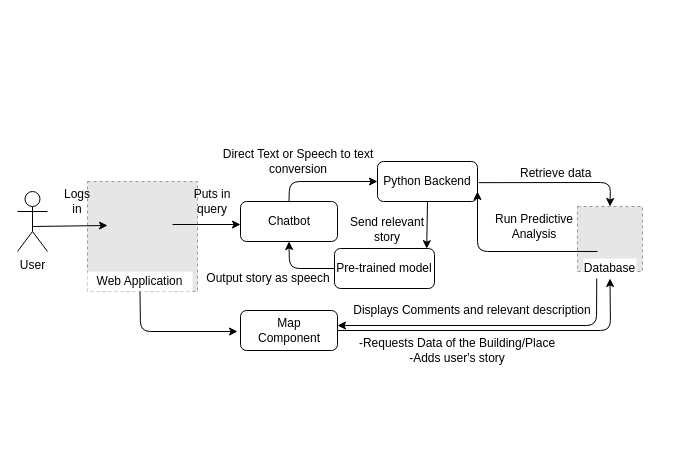
Above: System Diagram.drawio in gulzar-hussain/Dastaan (draw.io), before the change. Source tidied: cells renumbered, new cells numbered last; positions are measured from the earlier drawing's top-left corner, leaving out a move shared by most shapes. Both pictures are drawn from the tidied source at 100%, with x=0, y=0 at pixel (17, 151). Pictures stored in the file or linked from it are replaced by grey dashed boxes.
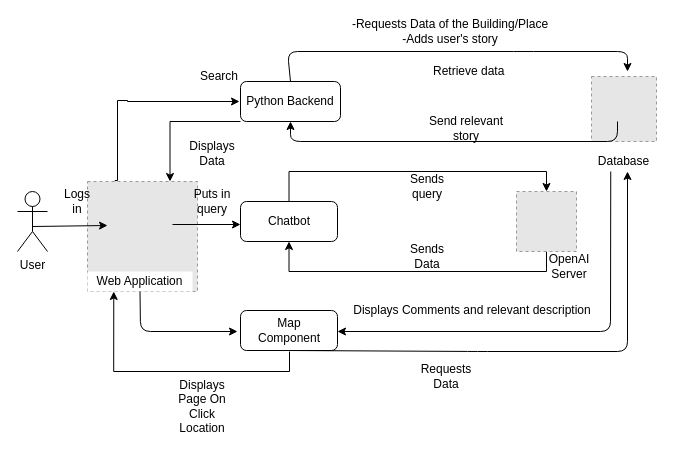
The same diagram, later.

The change refers to these unchanged cells:
```xml
<mxCell id="2" style="rounded=1;whiteSpace=wrap;html=1;fillColor=#ffffff;" parent="1" vertex="1">
  <mxGeometry x="223" y="159" width="97" height="40" as="geometry" />
</mxCell>
<mxCell id="5" style="fillColor=#E6E6E6;strokeColor=#999999;dashed=1;verticalLabelPosition=bottom;labelBackgroundColor=#ffffff;verticalAlign=top;" parent="1" vertex="1">
  <mxGeometry x="70" y="30" width="110" height="110" as="geometry" />
</mxCell>
<mxCell id="6" value="Web Application" style="text;html=1;align=center;verticalAlign=middle;whiteSpace=wrap;rounded=0;fillColor=#ffffff;" parent="1" vertex="1">
  <mxGeometry x="70" y="120" width="105" height="20" as="geometry" />
</mxCell>
```

Change to the diagram source:
```diff
@@
+    <mxCell id="34" style="edgeStyle=orthogonalEdgeStyle;rounded=0;jettySize=auto;html=1;entryX=0.25;entryY=1;entryDx=0;entryDy=0;" parent="1" edge="1" target="6">
+      <mxGeometry relative="1" as="geometry">
+        <mxPoint x="272" y="200" as="sourcePoint" />
+        <Array as="points">
+          <mxPoint x="272" y="220" />
+          <mxPoint x="96" y="220" />
+        </Array>
+      </mxGeometry>
+    </mxCell>
@@
+    <mxCell id="35" style="edgeStyle=orthogonalEdgeStyle;rounded=0;jettySize=auto;html=1;exitX=0.25;exitY=0;exitDx=0;exitDy=0;" parent="1" edge="1" source="5">
+      <mxGeometry relative="1" as="geometry">
+        <mxPoint x="222" y="-50" as="targetPoint" />
+        <Array as="points">
+          <mxPoint x="98" y="29" />
+          <mxPoint x="100" y="29" />
+          <mxPoint x="100" y="-51" />
+          <mxPoint x="110" y="-51" />
+          <mxPoint x="110" y="-50" />
+        </Array>
+      </mxGeometry>
+    </mxCell>
@@
     <mxCell id="8" style="fillColor=#E6E6E6;strokeColor=#999999;dashed=1;verticalLabelPosition=bottom;labelBackgroundColor=#ffffff;verticalAlign=top;" parent="1" vertex="1">
-      <mxGeometry x="560" y="55" width="65" height="65" as="geometry" />
+      <mxGeometry x="574" y="-75" width="65" height="65" as="geometry" />
     </mxCell>
     <mxCell id="9" value="Database" style="text;html=1;align=center;verticalAlign=middle;whiteSpace=wrap;rounded=0;fillColor=#ffffff;" parent="1" vertex="1">
-      <mxGeometry x="566" y="107" width="53" height="20" as="geometry" />
+      <mxGeometry x="580" width="53" height="20" as="geometry" />
     </mxCell>
-    <mxCell id="10" style="rounded=1;whiteSpace=wrap;html=1;fillColor=#ffffff;" parent="1" vertex="1">
-      <mxGeometry x="223" y="50" width="97" height="40" as="geometry" />
-    </mxCell>
-    <mxCell id="11" value="Chatbot" style="text;html=1;strokeColor=none;fillColor=none;align=center;verticalAlign=middle;whiteSpace=wrap;rounded=0;" parent="1" vertex="1">
-      <mxGeometry x="231.5" y="60" width="80" height="20" as="geometry" />
-    </mxCell>
@@
-    <mxCell id="14" style="endArrow=classic;html=1;exitX=1;exitY=0.5;exitDx=0;exitDy=0;entryX=0.5;entryY=1;entryDx=0;entryDy=0;" parent="1" edge="1" source="2" target="9">
+    <mxCell id="14" style="endArrow=classic;html=1;exitX=0.5;exitY=1;exitDx=0;exitDy=0;" parent="1" edge="1" source="2">
       <mxGeometry relative="1" as="geometry">
+        <mxPoint x="610" y="20" as="targetPoint" />
         <Array as="points">
-          <mxPoint x="593" y="179" />
+          <mxPoint x="460" y="200" />
+          <mxPoint x="610" y="200" />
         </Array>
       </mxGeometry>
     </mxCell>
-    <mxCell id="15" style="rounded=1;whiteSpace=wrap;html=1;fillColor=#ffffff;" parent="1" vertex="1">
-      <mxGeometry x="317" y="97" width="100" height="40" as="geometry" />
-    </mxCell>
-    <mxCell id="16" value="Pre-trained model" style="text;html=1;strokeColor=none;fillColor=none;align=center;verticalAlign=middle;whiteSpace=wrap;rounded=0;" parent="1" vertex="1">
-      <mxGeometry x="317" y="107" width="100" height="20" as="geometry" />
-    </mxCell>
+    <mxCell id="36" style="edgeStyle=orthogonalEdgeStyle;rounded=0;jettySize=auto;html=1;entryX=0.75;entryY=0;entryDx=0;entryDy=0;" parent="1" edge="1" source="17" target="5">
+      <mxGeometry relative="1" as="geometry">
+        <Array as="points">
+          <mxPoint x="153" y="-30" />
+        </Array>
+      </mxGeometry>
+    </mxCell>
     <mxCell id="17" style="rounded=1;whiteSpace=wrap;html=1;fillColor=#ffffff;" parent="1" vertex="1">
-      <mxGeometry x="360" y="10" width="100" height="40" as="geometry" />
+      <mxGeometry x="223" y="-70" width="100" height="40" as="geometry" />
     </mxCell>
     <mxCell id="18" value="Python Backend" style="text;html=1;strokeColor=none;fillColor=none;align=center;verticalAlign=middle;whiteSpace=wrap;rounded=0;" parent="1" vertex="1">
-      <mxGeometry x="365" y="20" width="90" height="20" as="geometry" />
+      <mxGeometry x="228" y="-60" width="90" height="20" as="geometry" />
     </mxCell>
-    <mxCell id="19" style="endArrow=classic;html=1;entryX=0;entryY=0.5;entryDx=0;entryDy=0;exitX=0.5;exitY=0;exitDx=0;exitDy=0;" parent="1" edge="1" source="10" target="17">
-      <mxGeometry relative="1" as="geometry">
-        <Array as="points">
-          <mxPoint x="272" y="30" />
-        </Array>
-      </mxGeometry>
-    </mxCell>
-    <mxCell id="20" style="endArrow=classic;html=1;exitX=1.069;exitY=0.558;exitDx=0;exitDy=0;exitPerimeter=0;entryX=0.5;entryY=0;entryDx=0;entryDy=0;" parent="1" edge="1" source="18" target="8">
+    <mxCell id="20" style="endArrow=classic;html=1;exitX=0.5;exitY=0;exitDx=0;exitDy=0;" parent="1" edge="1" source="17">
       <mxGeometry relative="1" as="geometry">
+        <mxPoint x="610" y="-80" as="targetPoint" />
         <Array as="points">
-          <mxPoint x="593" y="31" />
+          <mxPoint x="270" y="-100" />
+          <mxPoint x="506" y="-100" />
+          <mxPoint x="610" y="-100" />
         </Array>
       </mxGeometry>
     </mxCell>
-    <mxCell id="21" style="endArrow=classic;html=1;entryX=1;entryY=0.75;entryDx=0;entryDy=0;exitX=0.308;exitY=0.692;exitDx=0;exitDy=0;exitPerimeter=0;" parent="1" edge="1" source="8" target="17">
+    <mxCell id="21" style="endArrow=classic;html=1;entryX=0.5;entryY=1;entryDx=0;entryDy=0;" parent="1" edge="1" target="17">
       <mxGeometry relative="1" as="geometry">
+        <mxPoint x="600" y="-30" as="sourcePoint" />
         <Array as="points">
-          <mxPoint x="460" y="100" />
+          <mxPoint x="600" y="-10" />
+          <mxPoint x="273" y="-10" />
         </Array>
       </mxGeometry>
     </mxCell>
-    <mxCell id="22" style="endArrow=classic;html=1;exitX=0.5;exitY=1;exitDx=0;exitDy=0;entryX=0.922;entryY=0.004;entryDx=0;entryDy=0;entryPerimeter=0;" parent="1" edge="1" source="17" target="15">
-      <mxGeometry relative="1" as="geometry" />
-    </mxCell>
-    <mxCell id="23" style="endArrow=classic;html=1;entryX=0.5;entryY=1;entryDx=0;entryDy=0;exitX=0;exitY=0.5;exitDx=0;exitDy=0;" parent="1" edge="1" source="16" target="10">
-      <mxGeometry relative="1" as="geometry">
-        <Array as="points">
-          <mxPoint x="272" y="117" />
-        </Array>
-      </mxGeometry>
-    </mxCell>
@@
-    <mxCell id="26" value="Direct Text or Speech to text conversion" style="text;html=1;strokeColor=none;fillColor=none;align=center;verticalAlign=middle;whiteSpace=wrap;rounded=0;" parent="1" vertex="1">
-      <mxGeometry x="202" width="158" height="20" as="geometry" />
-    </mxCell>
     <mxCell id="27" value="Retrieve data&amp;nbsp;&amp;nbsp;" style="text;html=1;strokeColor=none;fillColor=none;align=center;verticalAlign=middle;whiteSpace=wrap;rounded=0;" parent="1" vertex="1">
-      <mxGeometry x="477" y="12" width="130" height="20" as="geometry" />
+      <mxGeometry x="390" y="-90" width="130" height="20" as="geometry" />
     </mxCell>
     <mxCell id="28" style="endArrow=classic;html=1;exitX=0.25;exitY=1;exitDx=0;exitDy=0;" parent="1" edge="1" source="9">
       <mxGeometry relative="1" as="geometry">
-        <mxPoint x="320" y="174" as="targetPoint" />
+        <mxPoint x="320" y="180" as="targetPoint" />
         <Array as="points">
-          <mxPoint x="579" y="174" />
+          <mxPoint x="593" y="180" />
         </Array>
       </mxGeometry>
     </mxCell>
-    <mxCell id="29" value="Output story as speech" style="text;html=1;strokeColor=none;fillColor=none;align=center;verticalAlign=middle;whiteSpace=wrap;rounded=0;" parent="1" vertex="1">
-      <mxGeometry x="91" y="117" width="320" height="20" as="geometry" />
-    </mxCell>
+    <mxCell id="31" value="Displays Comments and relevant description" style="text;html=1;strokeColor=none;fillColor=none;align=center;verticalAlign=middle;whiteSpace=wrap;rounded=0;" parent="1" vertex="1">
+      <mxGeometry x="320" y="149" width="270" height="20" as="geometry" />
+    </mxCell>
+    <mxCell id="33" value="Send relevant story" style="text;html=1;strokeColor=none;fillColor=none;align=center;verticalAlign=middle;whiteSpace=wrap;rounded=0;" parent="1" vertex="1">
+      <mxGeometry x="399" y="-33" width="100" height="20" as="geometry" />
+    </mxCell>
+    <mxCell id="37" style="edgeStyle=orthogonalEdgeStyle;rounded=0;jettySize=auto;html=1;exitX=0.5;exitY=0;exitDx=0;exitDy=0;entryX=0.5;entryY=0;entryDx=0;entryDy=0;" parent="1" edge="1" source="10" target="40">
+      <mxGeometry relative="1" as="geometry" />
+    </mxCell>
+    <mxCell id="10" style="rounded=1;whiteSpace=wrap;html=1;fillColor=#ffffff;" parent="1" vertex="1">
+      <mxGeometry x="223" y="50" width="97" height="40" as="geometry" />
+    </mxCell>
+    <mxCell id="11" value="Chatbot" style="text;html=1;strokeColor=none;fillColor=none;align=center;verticalAlign=middle;whiteSpace=wrap;rounded=0;" parent="1" vertex="1">
+      <mxGeometry x="231.5" y="60" width="80" height="20" as="geometry" />
+    </mxCell>
+    <mxCell id="38" value="Search" style="text;html=1;strokeColor=none;fillColor=none;align=center;verticalAlign=middle;whiteSpace=wrap;rounded=0;" parent="1" vertex="1">
+      <mxGeometry x="171.5" y="-90" width="60" height="30" as="geometry" />
+    </mxCell>
+    <mxCell id="39" style="edgeStyle=orthogonalEdgeStyle;rounded=0;jettySize=auto;html=1;entryX=0.5;entryY=1;entryDx=0;entryDy=0;" parent="1" edge="1" source="40" target="10">
+      <mxGeometry relative="1" as="geometry">
+        <Array as="points">
+          <mxPoint x="529" y="120" />
+          <mxPoint x="272" y="120" />
+        </Array>
+      </mxGeometry>
+    </mxCell>
+    <mxCell id="40" style="fillColor=#E6E6E6;strokeColor=#999999;dashed=1;verticalLabelPosition=bottom;labelBackgroundColor=default;verticalAlign=top;" parent="1" vertex="1">
+      <mxGeometry x="499" y="40" width="60" height="60" as="geometry" />
+    </mxCell>
     <mxCell id="30" value="-Requests Data of the Building/Place&lt;br&gt;-Adds user's story" style="text;html=1;strokeColor=none;fillColor=none;align=center;verticalAlign=middle;whiteSpace=wrap;rounded=0;" parent="1" vertex="1">
-      <mxGeometry x="330" y="189" width="220" height="20" as="geometry" />
+      <mxGeometry x="323" y="-130" width="220" height="20" as="geometry" />
     </mxCell>
-    <mxCell id="31" value="Displays Comments and relevant description" style="text;html=1;strokeColor=none;fillColor=none;align=center;verticalAlign=middle;whiteSpace=wrap;rounded=0;" parent="1" vertex="1">
-      <mxGeometry x="320" y="149" width="270" height="20" as="geometry" />
-    </mxCell>
-    <mxCell id="32" value="Run Predictive Analysis" style="text;html=1;strokeColor=none;fillColor=none;align=center;verticalAlign=middle;whiteSpace=wrap;rounded=0;" parent="1" vertex="1">
-      <mxGeometry x="460" y="65" width="114" height="20" as="geometry" />
-    </mxCell>
-    <mxCell id="33" value="Send relevant story" style="text;html=1;strokeColor=none;fillColor=none;align=center;verticalAlign=middle;whiteSpace=wrap;rounded=0;" parent="1" vertex="1">
-      <mxGeometry x="320" y="68" width="100" height="20" as="geometry" />
-    </mxCell>
+    <mxCell id="41" value="Sends query" style="text;html=1;strokeColor=none;fillColor=none;align=center;verticalAlign=middle;whiteSpace=wrap;rounded=0;" parent="1" vertex="1">
+      <mxGeometry x="380" y="20" width="60" height="30" as="geometry" />
+    </mxCell>
+    <mxCell id="42" value="OpenAI Server" style="text;html=1;strokeColor=none;fillColor=none;align=center;verticalAlign=middle;whiteSpace=wrap;rounded=0;" parent="1" vertex="1">
+      <mxGeometry x="522" y="100" width="60" height="30" as="geometry" />
+    </mxCell>
+    <mxCell id="43" value="Sends Data" style="text;html=1;strokeColor=none;fillColor=none;align=center;verticalAlign=middle;whiteSpace=wrap;rounded=0;" parent="1" vertex="1">
+      <mxGeometry x="380" y="90" width="60" height="30" as="geometry" />
+    </mxCell>
+    <mxCell id="44" value="Requests Data" style="text;html=1;strokeColor=none;fillColor=none;align=center;verticalAlign=middle;whiteSpace=wrap;rounded=0;" parent="1" vertex="1">
+      <mxGeometry x="399" y="210" width="60" height="30" as="geometry" />
+    </mxCell>
+    <mxCell id="45" value="Displays Page On Click Location" style="text;html=1;strokeColor=none;fillColor=none;align=center;verticalAlign=middle;whiteSpace=wrap;rounded=0;" parent="1" vertex="1">
+      <mxGeometry x="155" y="240" width="60" height="30" as="geometry" />
+    </mxCell>
+    <mxCell id="46" value="Displays Data" style="text;html=1;strokeColor=none;fillColor=none;align=center;verticalAlign=middle;whiteSpace=wrap;rounded=0;" parent="1" vertex="1">
+      <mxGeometry x="165" y="-13" width="60" height="30" as="geometry" />
+    </mxCell>
```
